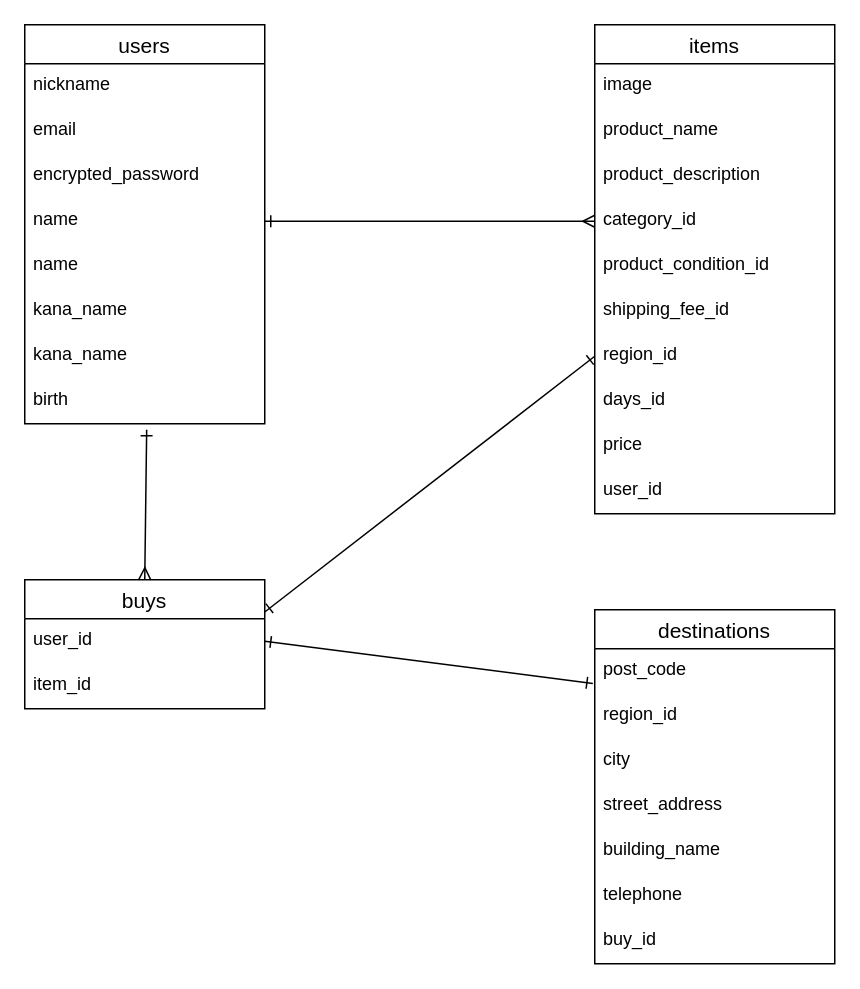
issei-530/furima-41643 keeps this draw.io diagram as page "ページ1" (1 of 2) of app/test.dio. Above is the earlier version. Source tidied: cells renumbered, new cells numbered last; positions are measured from the earlier drawing's top-left corner, leaving out a move shared by most shapes. Both pictures are drawn from the tidied source at 150%, with x=0, y=0 at pixel (24, 24).
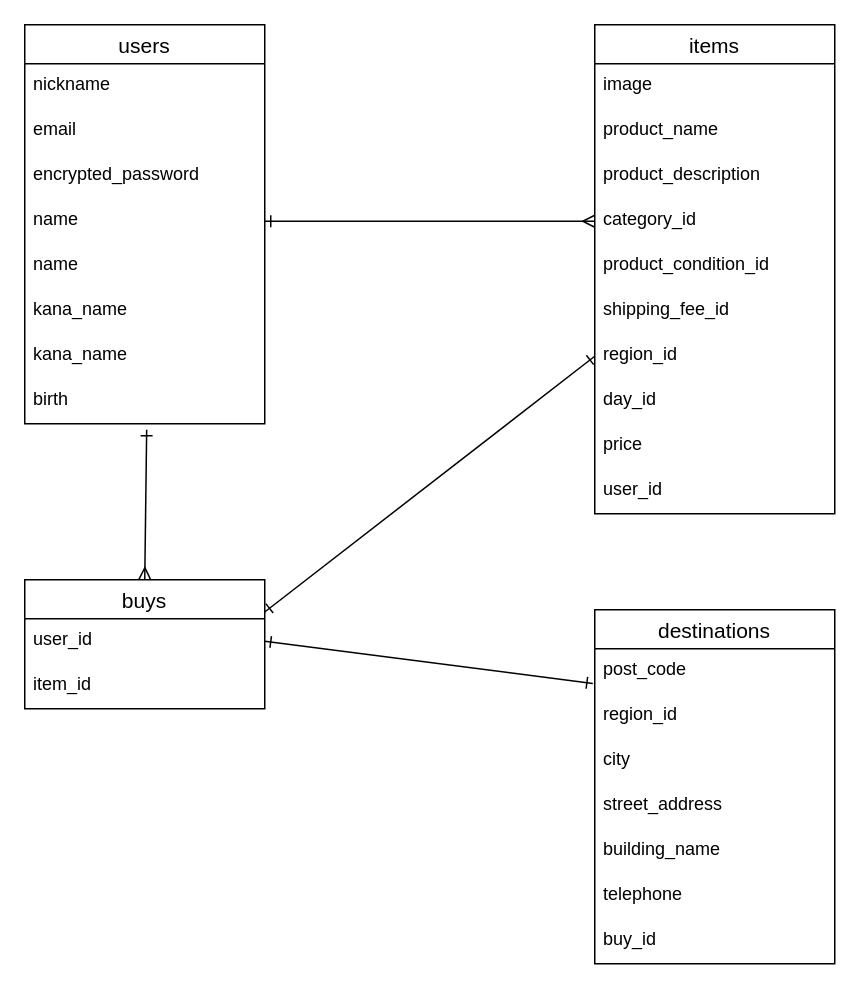
After the change.

Unchanged cells that the change refers to:
```xml
<mxCell id="11" value="items" style="swimlane;fontStyle=0;horizontal=1;startSize=26;align=center;fontSize=14;" parent="1" vertex="1">
  <mxGeometry x="380" width="160" height="326" as="geometry" />
</mxCell>
```

The edit, as a diff of the source:
```diff
@@
-    <mxCell id="19" value="days_id" style="text;strokeColor=none;fillColor=none;spacingLeft=4;spacingRight=4;overflow=hidden;fontSize=12;" parent="11" vertex="1">
+    <mxCell id="19" value="day_id" style="text;strokeColor=none;fillColor=none;spacingLeft=4;spacingRight=4;overflow=hidden;fontSize=12;" parent="11" vertex="1">
       <mxGeometry y="236" width="160" height="30" as="geometry" />
     </mxCell>
```
